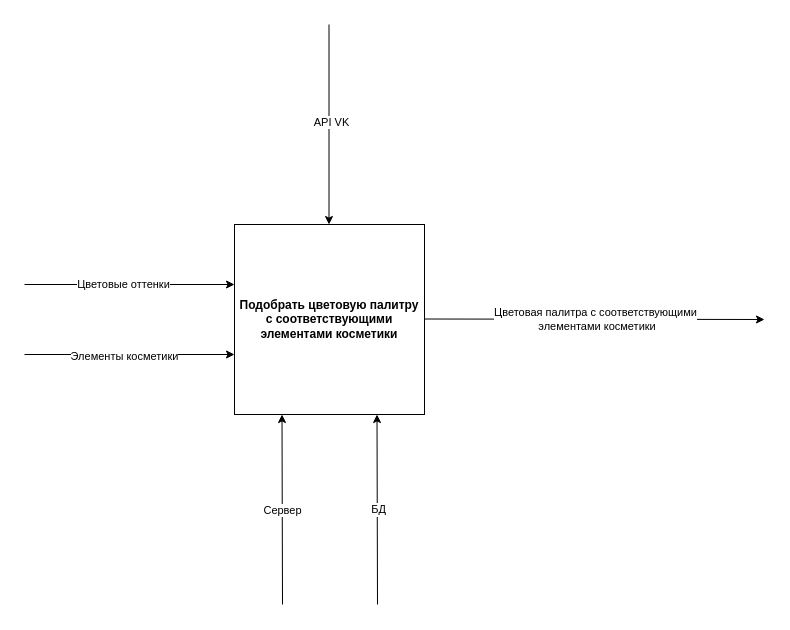
Earlier version of the draw.io diagram page "A0" (1 of 6) of Диаграмма без названия.drawio (DashaTkach/Project). Source tidied: cells renumbered, new cells numbered last; positions are measured from the earlier drawing's top-left corner, leaving out a move shared by most shapes. Both pictures are drawn from the tidied source at 100%, with x=0, y=0 at pixel (24, 24).
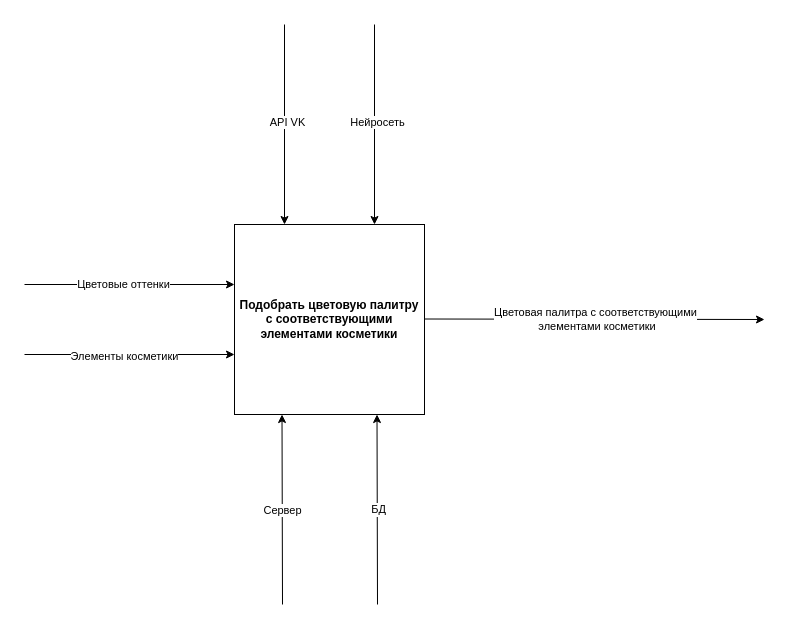
After the change.

The edit, as a diff of the source:
```diff
@@
     <mxCell id="14" style="endArrow=classic;html=1;rounded=0;entryX=0.75;entryY=0;entryDx=0;entryDy=0;" parent="1" edge="1">
       <mxGeometry relative="1" as="geometry">
-        <mxPoint x="304.5" as="sourcePoint" />
-        <mxPoint x="304.5" y="200" as="targetPoint" />
+        <mxPoint x="260" as="sourcePoint" />
+        <mxPoint x="260" y="200" as="targetPoint" />
       </mxGeometry>
     </mxCell>
@@
+    <mxCell id="16" style="endArrow=classic;html=1;rounded=0;entryX=0.75;entryY=0;entryDx=0;entryDy=0;" parent="1" edge="1">
+      <mxGeometry relative="1" as="geometry">
+        <mxPoint x="350" as="sourcePoint" />
+        <mxPoint x="350" y="200" as="targetPoint" />
+      </mxGeometry>
+    </mxCell>
+    <mxCell id="17" value="Нейросеть" style="edgeLabel;html=1;align=center;verticalAlign=middle;" parent="16" vertex="1">
+      <mxGeometry x="-0.03" y="2" relative="1" as="geometry" />
+    </mxCell>
```
